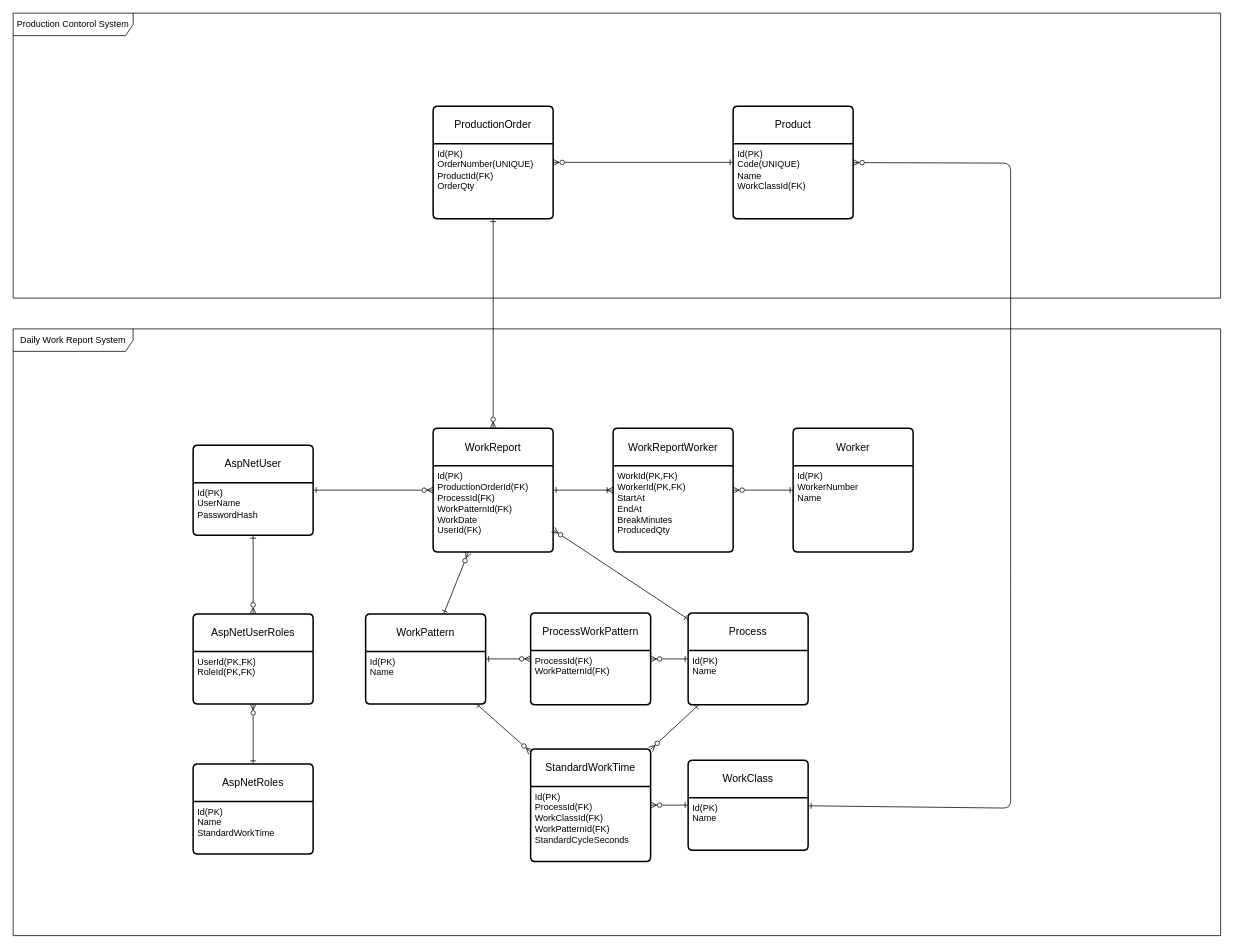
This is docs/er.drawio from junyatanak/work-report-system, a draw.io file, before an edit. Source tidied: cells renumbered, new cells numbered last; positions are measured from the earlier drawing's top-left corner, leaving out a move shared by most shapes. Both pictures are drawn from the tidied source at 75%, with x=0, y=0 at pixel (13, 13).
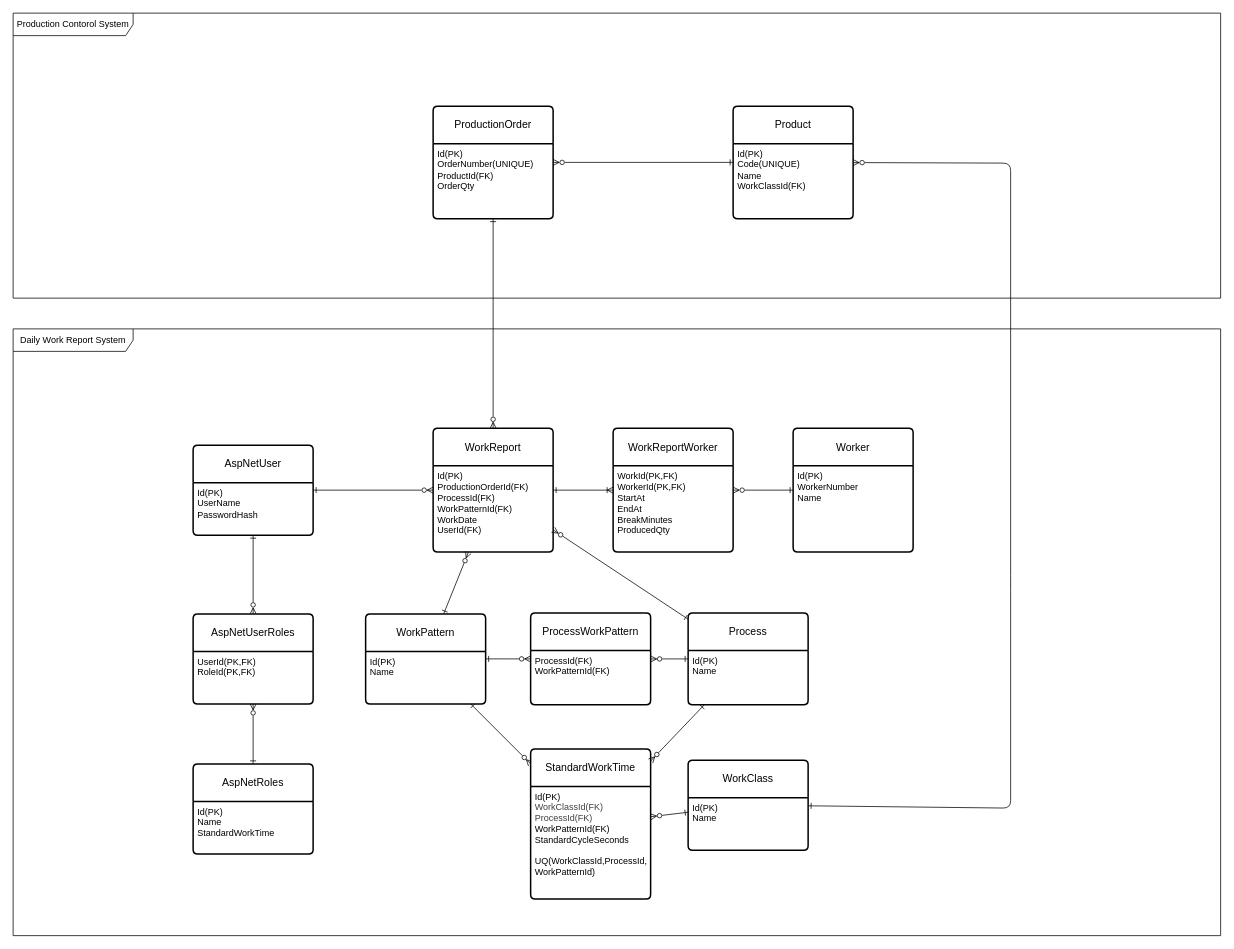
After the change.

Commit message:
add unique key in er diagram

The change refers to these unchanged cells:
```xml
<mxCell id="2" value="Daily Work Report System" style="shape=umlFrame;whiteSpace=wrap;html=1;width=160;" parent="1" vertex="1">
  <mxGeometry y="421" width="1610" height="809" as="geometry" />
</mxCell>
```

The edit, as a diff of the source:
```diff
@@
     <mxCell id="27" value="StandardWorkTime" style="swimlane;horizontal=1;startSize=50;rounded=1;fontSize=14;fontStyle=0;strokeWidth=2;shadow=0;dashed=0;align=center;arcSize=4;whiteSpace=wrap;html=1;" parent="2" vertex="1">
-      <mxGeometry x="690" y="560" width="160" height="150" as="geometry" />
+      <mxGeometry x="690" y="560" width="160" height="200" as="geometry" />
     </mxCell>
-    <mxCell id="28" value="Id(PK)&lt;div&gt;ProcessId(FK)&lt;/div&gt;&lt;div&gt;WorkClassId(FK)&lt;/div&gt;&lt;div&gt;&lt;font color=&quot;#000000&quot;&gt;WorkPatternId(FK)&lt;/font&gt;&lt;/div&gt;&lt;div&gt;&lt;font color=&quot;#000000&quot;&gt;StandardCycleSeconds&lt;/font&gt;&lt;/div&gt;" style="align=left;strokeColor=none;fillColor=none;spacingLeft=4;fontSize=12;verticalAlign=top;html=1;" parent="27" vertex="1">
-      <mxGeometry y="50" width="160" height="100" as="geometry" />
+    <mxCell id="28" value="Id(PK)&lt;div&gt;&lt;span style=&quot;color: rgb(63, 63, 63); background-color: transparent;&quot;&gt;WorkClassId(FK)&lt;/span&gt;&lt;/div&gt;&lt;div&gt;&lt;span style=&quot;color: rgb(63, 63, 63);&quot;&gt;ProcessId(FK)&lt;/span&gt;&lt;/div&gt;&lt;div&gt;&lt;font color=&quot;#000000&quot;&gt;WorkPatternId(FK)&lt;/font&gt;&lt;/div&gt;&lt;div&gt;&lt;font color=&quot;#000000&quot;&gt;StandardCycleSeconds&lt;/font&gt;&lt;/div&gt;&lt;div&gt;&lt;font color=&quot;#000000&quot;&gt;&lt;br&gt;&lt;/font&gt;&lt;/div&gt;&lt;div&gt;&lt;font color=&quot;#000000&quot;&gt;UQ(WorkClassId,ProcessId,&lt;/font&gt;&lt;/div&gt;&lt;div&gt;&lt;font color=&quot;#000000&quot;&gt;WorkPatternId)&lt;/font&gt;&lt;/div&gt;" style="align=left;strokeColor=none;fillColor=none;spacingLeft=4;fontSize=12;verticalAlign=top;html=1;" parent="27" vertex="1">
+      <mxGeometry y="50" width="160" height="150" as="geometry" />
     </mxCell>
```
